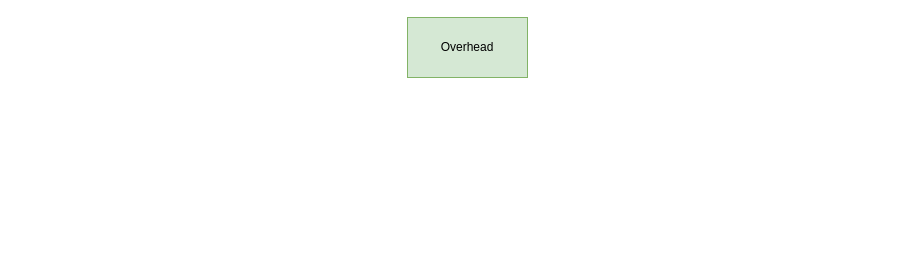
NiltonMocelin/FLOWPRI-SDN2 keeps this draw.io diagram as page "Experimentos" (2 of 9) of planejamento_diario.drawio. Above is the earlier version. Source tidied: cells renumbered, new cells numbered last; positions are measured from the earlier drawing's top-left corner, leaving out a move shared by most shapes. Both pictures are drawn from the tidied source at 100%, with x=0, y=0 at pixel (407, 17).
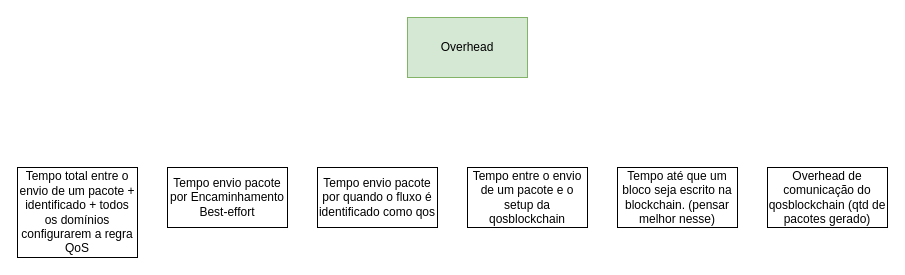
After the change.

Diff of the diagram source:
```diff
@@
 <mxGraphModel>
   <root>
     <mxCell id="0" />
     <mxCell id="1" parent="0" />
     <mxCell id="2" value="Overhead" style="rounded=0;whiteSpace=wrap;html=1;fillColor=#d5e8d4;strokeColor=#82b366;" parent="1" vertex="1">
       <mxGeometry width="120" height="60" as="geometry" />
     </mxCell>
+    <mxCell id="3" value="Tempo envio pacote por Encaminhamento Best-effort" style="rounded=0;whiteSpace=wrap;html=1;" parent="1" vertex="1">
+      <mxGeometry x="-240" y="150" width="120" height="60" as="geometry" />
+    </mxCell>
+    <mxCell id="4" value="Tempo envio pacote por quando o fluxo é identificado como qos" style="rounded=0;whiteSpace=wrap;html=1;" parent="1" vertex="1">
+      <mxGeometry x="-90" y="150" width="120" height="60" as="geometry" />
+    </mxCell>
+    <mxCell id="5" value="Tempo entre o envio de um pacote e o setup da qosblockchain" style="rounded=0;whiteSpace=wrap;html=1;" parent="1" vertex="1">
+      <mxGeometry x="60" y="150" width="120" height="60" as="geometry" />
+    </mxCell>
+    <mxCell id="6" value="Tempo até que um bloco seja escrito na blockchain. (pensar melhor nesse)" style="rounded=0;whiteSpace=wrap;html=1;" parent="1" vertex="1">
+      <mxGeometry x="210" y="150" width="120" height="60" as="geometry" />
+    </mxCell>
+    <mxCell id="7" value="Overhead de comunicação do qosblockchain (qtd de pacotes gerado)" style="rounded=0;whiteSpace=wrap;html=1;" parent="1" vertex="1">
+      <mxGeometry x="360" y="150" width="120" height="60" as="geometry" />
+    </mxCell>
+    <mxCell id="8" value="Tempo total entre o envio de um pacote + identificado + todos os domínios configurarem a regra QoS" style="rounded=0;whiteSpace=wrap;html=1;" parent="1" vertex="1">
+      <mxGeometry x="-390" y="150" width="120" height="90" as="geometry" />
+    </mxCell>
   </root>
 </mxGraphModel>
```
